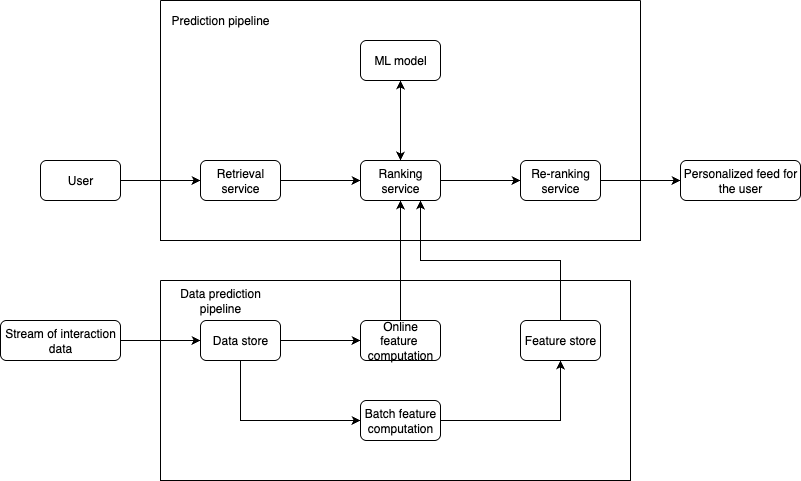
This is machine-learning/image/machine-learning-system-design-1/personalized-newsfeed-2.png from riehseun/riehseun.github.io, a draw.io export, as it was before one commit. Source tidied: cells renumbered, new cells last; positions are measured from the earlier drawing's top-left corner, leaving out a move shared by most shapes.
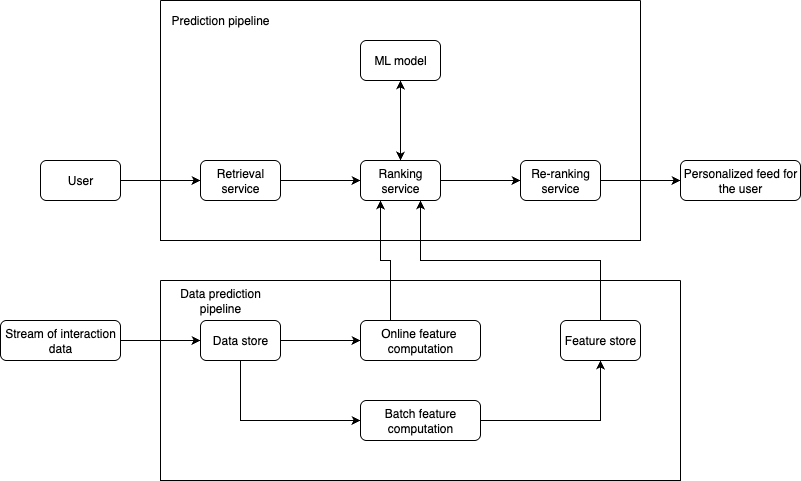
The same diagram one commit later.

Change to the diagram source:
```diff
@@ -42,7 +42,7 @@
       <mxGeometry x="680" y="160" width="120" height="40" as="geometry" />
     </mxCell>
     <mxCell id="15" style="swimlane;startSize=0;" parent="1" vertex="1">
-      <mxGeometry x="160" y="280" width="470" height="200" as="geometry" />
+      <mxGeometry x="160" y="280" width="520" height="200" as="geometry" />
     </mxCell>
     <mxCell id="16" style="edgeStyle=orthogonalEdgeStyle;rounded=0;jettySize=auto;html=1;exitX=1;exitY=0.5;exitDx=0;exitDy=0;entryX=0;entryY=0.5;entryDx=0;entryDy=0;" parent="15" edge="1" source="18" target="19">
       <mxGeometry relative="1" as="geometry" />
@@ -54,16 +54,16 @@
       <mxGeometry x="40" y="40" width="80" height="40" as="geometry" />
     </mxCell>
     <mxCell id="19" value="Online feature&amp;nbsp; computation" style="rounded=1;whiteSpace=wrap;html=1;" parent="15" vertex="1">
-      <mxGeometry x="200" y="40" width="80" height="40" as="geometry" />
+      <mxGeometry x="200" y="40" width="120" height="40" as="geometry" />
     </mxCell>
     <mxCell id="20" value="Feature store" style="rounded=1;whiteSpace=wrap;html=1;" parent="15" vertex="1">
-      <mxGeometry x="360" y="40" width="80" height="40" as="geometry" />
+      <mxGeometry x="400" y="40" width="80" height="40" as="geometry" />
     </mxCell>
     <mxCell id="21" style="edgeStyle=orthogonalEdgeStyle;rounded=0;jettySize=auto;html=1;exitX=1;exitY=0.5;exitDx=0;exitDy=0;" parent="15" edge="1" source="22" target="20">
       <mxGeometry relative="1" as="geometry" />
     </mxCell>
     <mxCell id="22" value="Batch feature computation" style="rounded=1;whiteSpace=wrap;html=1;" parent="15" vertex="1">
-      <mxGeometry x="200" y="120" width="80" height="40" as="geometry" />
+      <mxGeometry x="200" y="120" width="120" height="40" as="geometry" />
     </mxCell>
     <mxCell id="23" value="Data prediction pipeline" style="text;html=1;align=center;verticalAlign=middle;whiteSpace=wrap;rounded=0;" parent="15" vertex="1">
       <mxGeometry width="120" height="40" as="geometry" />
@@ -74,14 +74,14 @@
     <mxCell id="25" value="Stream of interaction data" style="rounded=1;whiteSpace=wrap;html=1;" parent="1" vertex="1">
       <mxGeometry y="320" width="120" height="40" as="geometry" />
     </mxCell>
-    <mxCell id="26" style="edgeStyle=orthogonalEdgeStyle;rounded=0;jettySize=auto;html=1;exitX=0.5;exitY=0;exitDx=0;exitDy=0;" parent="1" edge="1" source="19" target="7">
-      <mxGeometry relative="1" as="geometry" />
-    </mxCell>
     <mxCell id="27" style="edgeStyle=orthogonalEdgeStyle;rounded=0;jettySize=auto;html=1;exitX=0.5;exitY=0;exitDx=0;exitDy=0;entryX=0.75;entryY=1;entryDx=0;entryDy=0;" parent="1" edge="1" source="20" target="7">
       <mxGeometry relative="1" as="geometry" />
     </mxCell>
     <mxCell id="28" style="edgeStyle=orthogonalEdgeStyle;rounded=0;jettySize=auto;html=1;exitX=1;exitY=0.5;exitDx=0;exitDy=0;entryX=0;entryY=0.5;entryDx=0;entryDy=0;" parent="1" edge="1" source="8" target="14">
       <mxGeometry relative="1" as="geometry" />
     </mxCell>
+    <mxCell id="26" style="edgeStyle=orthogonalEdgeStyle;rounded=0;jettySize=auto;html=1;exitX=0.25;exitY=0;exitDx=0;exitDy=0;entryX=0.25;entryY=1;entryDx=0;entryDy=0;" parent="1" edge="1" source="19" target="7">
+      <mxGeometry relative="1" as="geometry" />
+    </mxCell>
   </root>
 </mxGraphModel>
```
